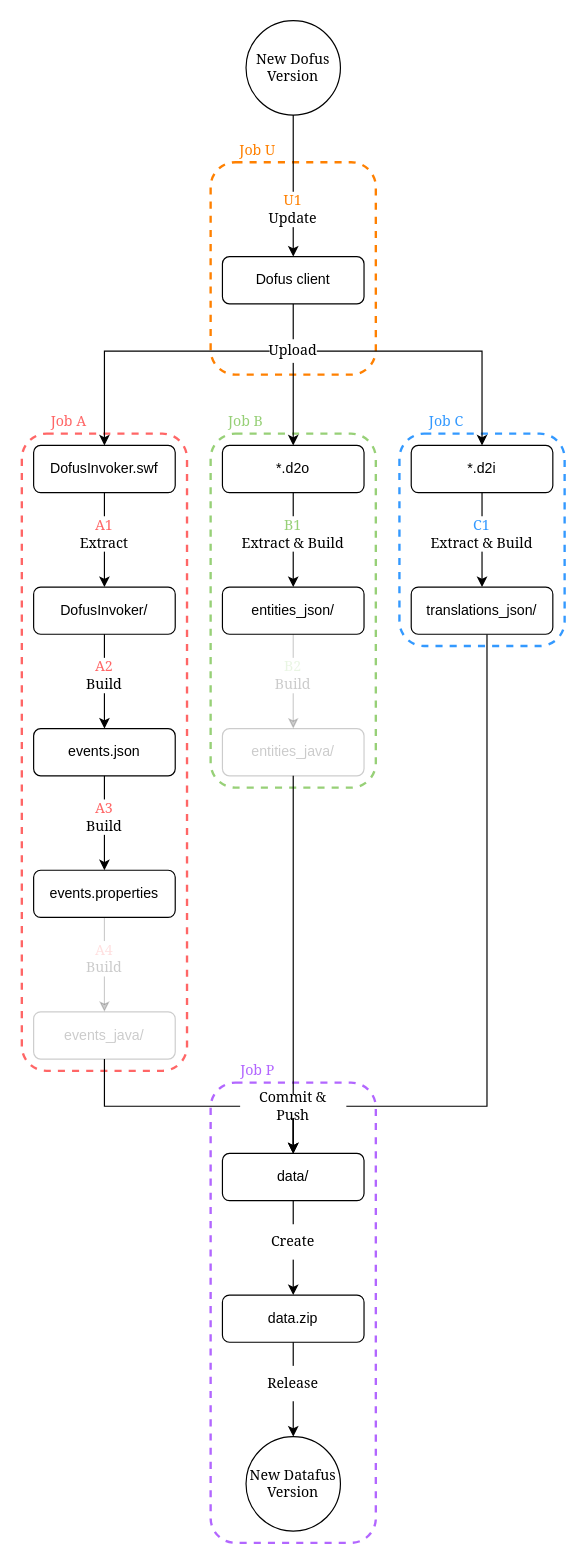
Earlier version of the draw.io diagram images/Flows.drawio (bot4dofus/Datafus). Source tidied: cells renumbered, new cells numbered last; positions are measured from the earlier drawing's top-left corner, leaving out a move shared by most shapes. Both pictures are drawn from the tidied source at 118%, with x=0, y=0 at pixel (21, 20).
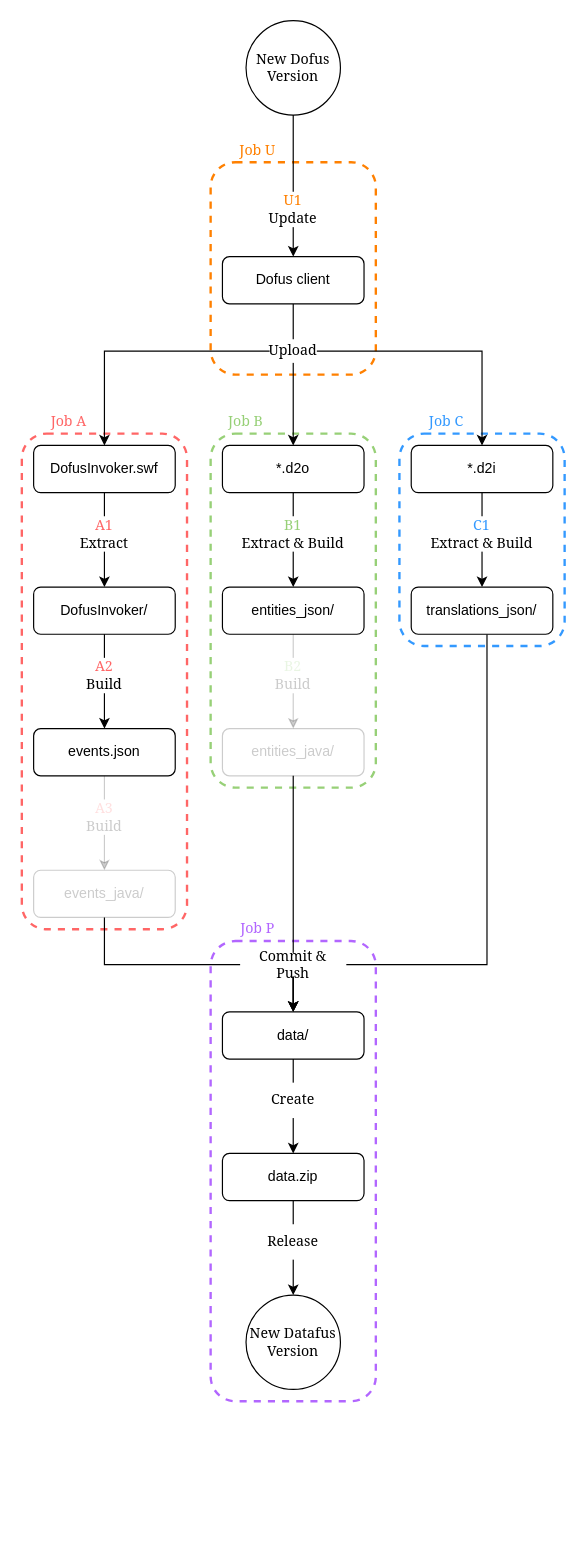
After the change.

Unchanged cells that the change refers to:
```xml
<mxCell id="13" value="translations_json/" style="rounded=1;whiteSpace=wrap;html=1;fontFamily=Helvetica;" parent="1" vertex="1">
  <mxGeometry x="330" y="480" width="120" height="40" as="geometry" />
</mxCell>
<mxCell id="15" value="events.json" style="rounded=1;whiteSpace=wrap;html=1;fontFamily=Helvetica;" parent="1" vertex="1">
  <mxGeometry x="10" y="600" width="120" height="40" as="geometry" />
</mxCell>
```

The edit, as a diff of the source:
```diff
@@
     <mxCell id="2" style="rounded=1;whiteSpace=wrap;html=1;fontFamily=Georgia;fillColor=none;dashed=1;strokeWidth=2;strokeColor=#B266FF;" parent="1" vertex="1">
-      <mxGeometry x="160" y="900" width="140" height="390" as="geometry" />
+      <mxGeometry x="160" y="780" width="140" height="390" as="geometry" />
     </mxCell>
@@
     <mxCell id="4" style="rounded=1;whiteSpace=wrap;html=1;fontFamily=Georgia;fillColor=none;dashed=1;strokeWidth=2;strokeColor=#FF6666;" parent="1" vertex="1">
-      <mxGeometry y="350" width="140" height="540" as="geometry" />
+      <mxGeometry y="350" width="140" height="420" as="geometry" />
     </mxCell>
@@
-    <mxCell id="16" value="events.properties" style="rounded=1;whiteSpace=wrap;html=1;fontFamily=Helvetica;" parent="1" vertex="1">
-      <mxGeometry x="10" y="720" width="120" height="40" as="geometry" />
-    </mxCell>
@@
-    <mxCell id="19" style="edgeStyle=orthogonalEdgeStyle;rounded=0;jettySize=auto;html=1;exitX=0.5;exitY=1;exitDx=0;exitDy=0;entryX=0.5;entryY=0;entryDx=0;entryDy=0;fontFamily=Georgia;" parent="1" edge="1" source="15" target="16">
+    <mxCell id="19" style="edgeStyle=orthogonalEdgeStyle;rounded=0;jettySize=auto;html=1;exitX=0.5;exitY=1;exitDx=0;exitDy=0;entryX=0.5;entryY=0;entryDx=0;entryDy=0;fontFamily=Georgia;opacity=20;" parent="1" edge="1" source="15" target="35">
       <mxGeometry relative="1" as="geometry" />
     </mxCell>
@@
-    <mxCell id="27" value="&lt;div&gt;&lt;font color=&quot;#FF6666&quot;&gt;A3&lt;/font&gt;&lt;br&gt;&lt;/div&gt;&lt;div&gt;Build&lt;/div&gt;" style="text;html=1;strokeColor=none;align=center;verticalAlign=middle;whiteSpace=wrap;rounded=0;dashed=1;fontFamily=Georgia;fillColor=#FFFFFF;" parent="1" vertex="1">
+    <mxCell id="27" value="&lt;div&gt;&lt;font color=&quot;#FF6666&quot;&gt;A3&lt;/font&gt;&lt;br&gt;&lt;/div&gt;&lt;div&gt;Build&lt;/div&gt;" style="text;html=1;strokeColor=none;align=center;verticalAlign=middle;whiteSpace=wrap;rounded=0;dashed=1;fontFamily=Georgia;fillColor=#FFFFFF;textOpacity=20;" parent="1" vertex="1">
       <mxGeometry x="50" y="660" width="40" height="30" as="geometry" />
     </mxCell>
@@
     <mxCell id="35" value="events_java/" style="rounded=1;whiteSpace=wrap;html=1;fontFamily=Helvetica;opacity=20;textOpacity=20;" parent="1" vertex="1">
-      <mxGeometry x="10" y="840" width="120" height="40" as="geometry" />
+      <mxGeometry x="10" y="720" width="120" height="40" as="geometry" />
     </mxCell>
-    <mxCell id="36" style="edgeStyle=orthogonalEdgeStyle;rounded=0;jettySize=auto;html=1;entryX=0.5;entryY=0;entryDx=0;entryDy=0;fontFamily=Georgia;exitX=0.5;exitY=1;exitDx=0;exitDy=0;opacity=20;textOpacity=20;" parent="1" edge="1" source="16" target="35">
-      <mxGeometry relative="1" as="geometry" />
-    </mxCell>
-    <mxCell id="37" value="&lt;div&gt;&lt;font color=&quot;#FF6666&quot;&gt;A4&lt;/font&gt;&lt;br&gt;&lt;/div&gt;&lt;div&gt;Build&lt;/div&gt;" style="text;html=1;strokeColor=none;align=center;verticalAlign=middle;whiteSpace=wrap;rounded=0;dashed=1;fontFamily=Georgia;fillColor=#FFFFFF;textOpacity=20;" parent="1" vertex="1">
-      <mxGeometry x="50" y="780" width="40" height="30" as="geometry" />
-    </mxCell>
     <mxCell id="38" value="data/" style="rounded=1;whiteSpace=wrap;html=1;fontFamily=Helvetica;" parent="1" vertex="1">
-      <mxGeometry x="170" y="960" width="120" height="40" as="geometry" />
+      <mxGeometry x="170" y="840" width="120" height="40" as="geometry" />
     </mxCell>
     <mxCell id="39" style="edgeStyle=orthogonalEdgeStyle;rounded=0;jettySize=auto;html=1;exitX=0.5;exitY=1;exitDx=0;exitDy=0;fontFamily=Georgia;entryX=0.5;entryY=0;entryDx=0;entryDy=0;" parent="1" edge="1" source="35" target="38">
       <mxGeometry relative="1" as="geometry">
         <Array as="points">
-          <mxPoint x="70" y="920" />
-          <mxPoint x="230" y="920" />
+          <mxPoint x="70" y="800" />
+          <mxPoint x="230" y="800" />
         </Array>
       </mxGeometry>
     </mxCell>
@@
     <mxCell id="41" style="edgeStyle=orthogonalEdgeStyle;rounded=0;jettySize=auto;html=1;fontFamily=Georgia;exitX=0.535;exitY=1.007;exitDx=0;exitDy=0;exitPerimeter=0;entryX=0.5;entryY=0;entryDx=0;entryDy=0;" parent="1" edge="1" source="13" target="38">
       <mxGeometry relative="1" as="geometry">
         <Array as="points">
-          <mxPoint x="394" y="920" />
-          <mxPoint x="230" y="920" />
+          <mxPoint x="394" y="800" />
+          <mxPoint x="230" y="800" />
         </Array>
       </mxGeometry>
     </mxCell>
     <mxCell id="42" value="&lt;div&gt;Commit &amp;amp; Push&lt;br&gt;&lt;/div&gt;" style="text;html=1;strokeColor=none;align=center;verticalAlign=middle;whiteSpace=wrap;rounded=0;dashed=1;fontFamily=Georgia;fillColor=#FFFFFF;" parent="1" vertex="1">
-      <mxGeometry x="185" y="910" width="90" height="20" as="geometry" />
+      <mxGeometry x="185" y="790" width="90" height="20" as="geometry" />
     </mxCell>
@@
     <mxCell id="44" value="data.zip" style="rounded=1;whiteSpace=wrap;html=1;fontFamily=Helvetica;" parent="1" vertex="1">
-      <mxGeometry x="170" y="1080" width="120" height="40" as="geometry" />
+      <mxGeometry x="170" y="960" width="120" height="40" as="geometry" />
     </mxCell>
     <mxCell id="45" value="New Datafus Version" style="ellipse;whiteSpace=wrap;html=1;fontFamily=Georgia;" parent="1" vertex="1">
-      <mxGeometry x="190" y="1200" width="80" height="80" as="geometry" />
+      <mxGeometry x="190" y="1080" width="80" height="80" as="geometry" />
     </mxCell>
@@
     <mxCell id="47" value="Create" style="text;html=1;strokeColor=none;align=center;verticalAlign=middle;whiteSpace=wrap;rounded=0;dashed=1;fontFamily=Georgia;fillColor=#FFFFFF;" parent="1" vertex="1">
-      <mxGeometry x="210" y="1020" width="40" height="30" as="geometry" />
+      <mxGeometry x="210" y="900" width="40" height="30" as="geometry" />
     </mxCell>
     <mxCell id="48" value="Release" style="text;html=1;strokeColor=none;align=center;verticalAlign=middle;whiteSpace=wrap;rounded=0;dashed=1;fontFamily=Georgia;fillColor=#FFFFFF;" parent="1" vertex="1">
-      <mxGeometry x="210" y="1140" width="40" height="30" as="geometry" />
+      <mxGeometry x="210" y="1020" width="40" height="30" as="geometry" />
     </mxCell>
     <mxCell id="49" value="Job P" style="text;html=1;strokeColor=none;align=center;verticalAlign=middle;whiteSpace=wrap;rounded=0;dashed=1;fontFamily=Georgia;fontColor=#B266FF;" parent="1" vertex="1">
-      <mxGeometry x="180" y="880" width="40" height="20" as="geometry" />
+      <mxGeometry x="180" y="760" width="40" height="20" as="geometry" />
     </mxCell>
```
